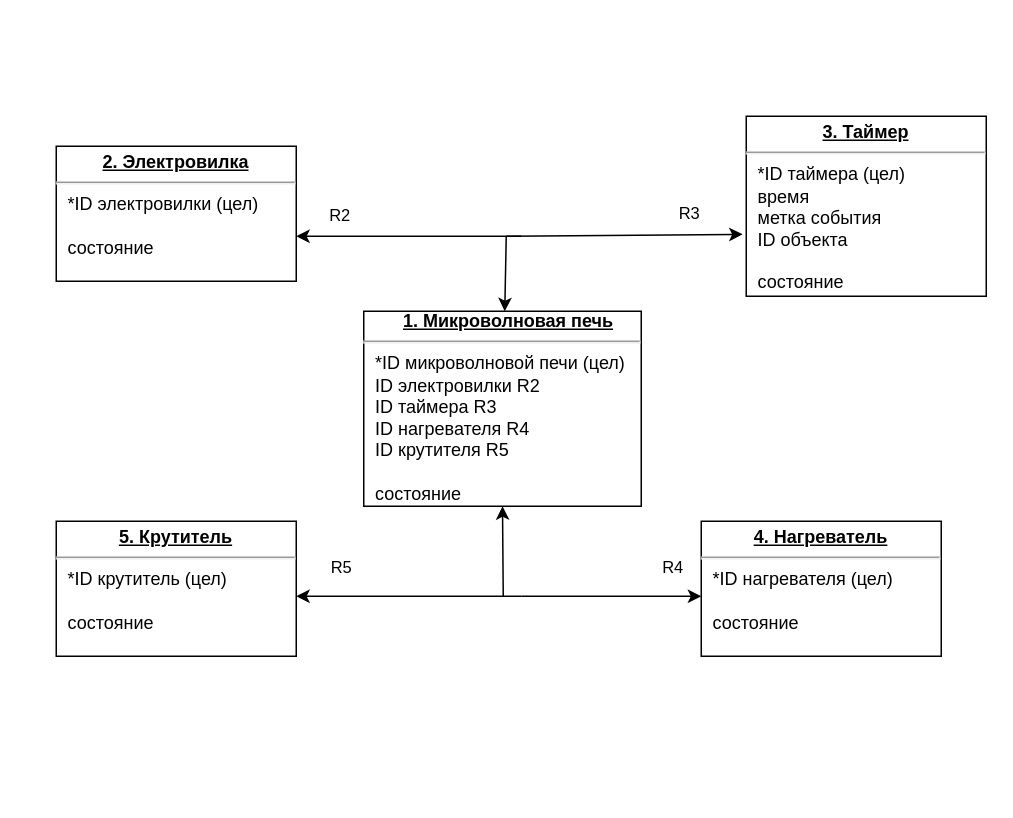
Earlier version of the draw.io diagram page "Информационная модель" (1 of 4) of eduSem_4/objectOrientedProgramming/LR_5/uml.drawio (AndreevAA/BMSTU). Source tidied: cells renumbered, new cells numbered last; positions are measured from the earlier drawing's top-left corner, leaving out a move shared by most shapes. Both pictures are drawn from the tidied source at 150%, with x=0, y=0 at pixel (56, 116).
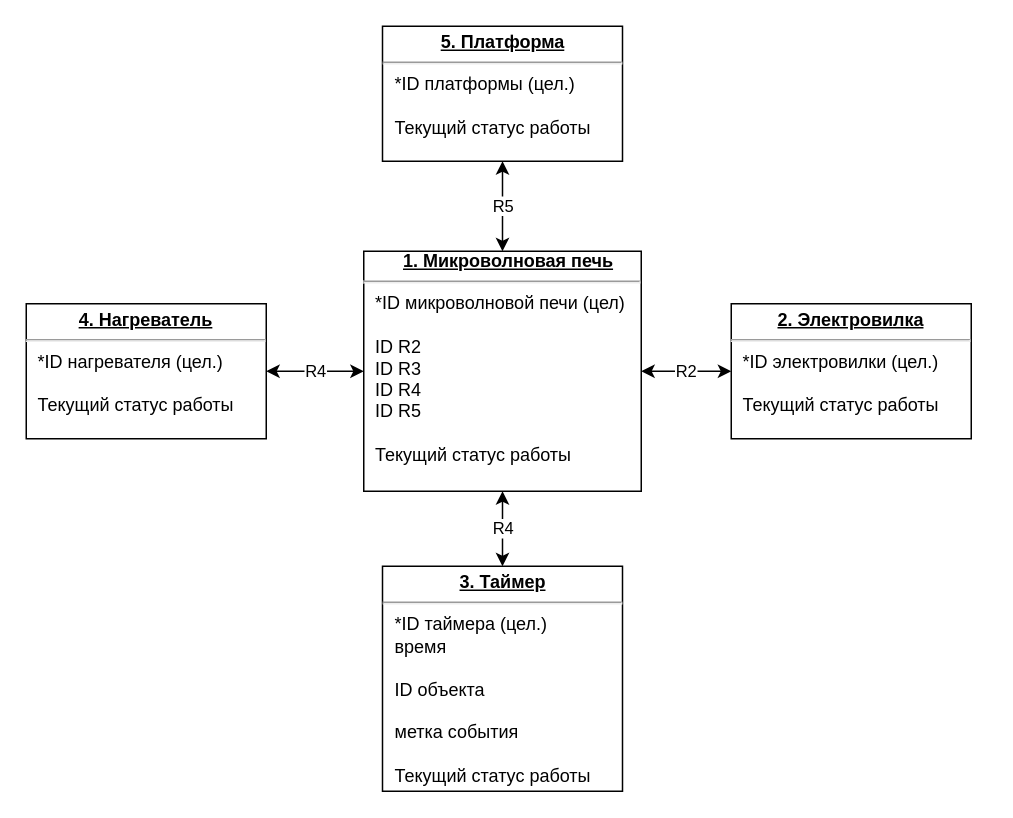
After the change.

Diff of the diagram source:
```diff
@@
-    <mxCell id="2" value="&lt;b&gt;&amp;nbsp;&amp;nbsp;&amp;nbsp;&amp;nbsp; &amp;nbsp;&amp;nbsp; &lt;/b&gt;&lt;u&gt;&lt;b&gt;1. Микроволновая печь&lt;/b&gt;&lt;/u&gt;&lt;br&gt;&lt;hr&gt;&lt;p style=&quot;margin: 0px ; margin-left: 8px&quot;&gt;*ID микроволновой печи (цел)&lt;br&gt;ID электровилки R2&lt;br&gt;ID таймера R3&lt;br&gt;ID нагревателя R4&lt;br&gt;ID крутителя R5&lt;br&gt;&lt;br&gt;состояние&lt;br&gt;&lt;/p&gt;&lt;p style=&quot;margin: 0px ; margin-left: 8px&quot;&gt;&lt;br&gt;&lt;/p&gt;" style="verticalAlign=top;align=left;overflow=fill;fontSize=12;fontFamily=Helvetica;html=1;" parent="1" vertex="1">
-      <mxGeometry x="205" y="130" width="185" height="130" as="geometry" />
+    <mxCell id="2" value="&lt;b&gt;&amp;nbsp;&amp;nbsp;&amp;nbsp;&amp;nbsp; &amp;nbsp;&amp;nbsp; &lt;/b&gt;&lt;u&gt;&lt;b&gt;1. Микроволновая печь&lt;/b&gt;&lt;/u&gt;&lt;br&gt;&lt;hr&gt;&lt;p style=&quot;margin: 0px ; margin-left: 8px&quot;&gt;*ID микроволновой печи (цел)&lt;/p&gt;&lt;p style=&quot;margin: 0px ; margin-left: 8px&quot;&gt;&lt;br&gt;ID R2&lt;br&gt;ID R3&lt;br&gt;ID R4&lt;br&gt;ID R5&lt;br&gt;&lt;br&gt;&lt;/p&gt;&lt;p style=&quot;margin: 0px ; margin-left: 8px&quot;&gt;Текущий статус работы&lt;br&gt;&lt;/p&gt;" style="verticalAlign=top;align=left;overflow=fill;fontSize=12;fontFamily=Helvetica;html=1;" parent="1" vertex="1">
+      <mxGeometry x="205" y="90" width="185" height="160" as="geometry" />
     </mxCell>
-    <mxCell id="3" value="&lt;p style=&quot;margin: 0px ; margin-top: 4px ; text-align: center ; text-decoration: underline&quot;&gt;&lt;b&gt;3. Таймер&lt;/b&gt;&lt;br&gt;&lt;/p&gt;&lt;hr&gt;&lt;p style=&quot;margin: 0px ; margin-left: 8px&quot;&gt;*ID таймера (цел)&lt;br&gt;время &lt;br&gt;метка события&lt;br&gt;ID объекта&lt;br&gt;&lt;br&gt;состояние&lt;br&gt;&lt;/p&gt;" style="verticalAlign=top;align=left;overflow=fill;fontSize=12;fontFamily=Helvetica;html=1;" parent="1" vertex="1">
-      <mxGeometry x="460" width="160" height="120" as="geometry" />
+    <mxCell id="3" value="&lt;p style=&quot;margin: 0px ; margin-top: 4px ; text-align: center ; text-decoration: underline&quot;&gt;&lt;b&gt;3. Таймер&lt;/b&gt;&lt;br&gt;&lt;/p&gt;&lt;hr&gt;&lt;p style=&quot;margin: 0px ; margin-left: 8px&quot;&gt;*ID таймера (цел.)&lt;br&gt;время&lt;/p&gt;&lt;p style=&quot;margin: 0px ; margin-left: 8px&quot;&gt;&lt;br&gt;&lt;/p&gt;&lt;p style=&quot;margin: 0px ; margin-left: 8px&quot;&gt;ID объекта&lt;br&gt;&lt;/p&gt;&lt;p style=&quot;margin: 0px ; margin-left: 8px&quot;&gt;&amp;nbsp; &lt;br&gt;метка события&lt;br&gt;&lt;br&gt;Текущий статус работы&lt;br&gt;&lt;/p&gt;" style="verticalAlign=top;align=left;overflow=fill;fontSize=12;fontFamily=Helvetica;html=1;" parent="1" vertex="1">
+      <mxGeometry x="217.5" y="300" width="160" height="150" as="geometry" />
     </mxCell>
-    <mxCell id="4" value="&lt;p style=&quot;margin: 0px ; margin-top: 4px ; text-align: center ; text-decoration: underline&quot;&gt;&lt;b&gt;2. Электровилка&lt;/b&gt;&lt;br&gt;&lt;/p&gt;&lt;hr&gt;&lt;p style=&quot;margin: 0px ; margin-left: 8px&quot;&gt;*ID электровилки (цел)&lt;br&gt;&lt;br&gt;состояние &lt;br&gt;&lt;br&gt;&lt;/p&gt;" style="verticalAlign=top;align=left;overflow=fill;fontSize=12;fontFamily=Helvetica;html=1;" parent="1" vertex="1">
-      <mxGeometry y="20" width="160" height="90" as="geometry" />
+    <mxCell id="4" value="&lt;p style=&quot;margin: 0px ; margin-top: 4px ; text-align: center ; text-decoration: underline&quot;&gt;&lt;b&gt;2. Электровилка&lt;/b&gt;&lt;br&gt;&lt;/p&gt;&lt;hr&gt;&lt;p style=&quot;margin: 0px ; margin-left: 8px&quot;&gt;*ID электровилки (цел.)&lt;br&gt;&lt;br&gt;Текущий статус работы&lt;br&gt;&lt;/p&gt;" style="verticalAlign=top;align=left;overflow=fill;fontSize=12;fontFamily=Helvetica;html=1;" parent="1" vertex="1">
+      <mxGeometry x="450" y="125" width="160" height="90" as="geometry" />
     </mxCell>
-    <mxCell id="5" value="&lt;p style=&quot;margin: 0px ; margin-top: 4px ; text-align: center ; text-decoration: underline&quot;&gt;&lt;b&gt;5. Крутитель&lt;/b&gt;&lt;br&gt;&lt;/p&gt;&lt;hr&gt;&lt;p style=&quot;margin: 0px ; margin-left: 8px&quot;&gt;*ID крутитель (цел)&lt;br&gt;&lt;br&gt;состояние&lt;br&gt;&lt;/p&gt;" style="verticalAlign=top;align=left;overflow=fill;fontSize=12;fontFamily=Helvetica;html=1;" parent="1" vertex="1">
-      <mxGeometry y="270" width="160" height="90" as="geometry" />
+    <mxCell id="5" value="&lt;p style=&quot;margin: 0px ; margin-top: 4px ; text-align: center ; text-decoration: underline&quot;&gt;&lt;b&gt;5. Платформа&lt;/b&gt;&lt;br&gt;&lt;/p&gt;&lt;hr&gt;&lt;p style=&quot;margin: 0px ; margin-left: 8px&quot;&gt;*ID платформы (цел.)&lt;br&gt;&lt;br&gt;Текущий статус работы&lt;br&gt;&lt;/p&gt;" style="verticalAlign=top;align=left;overflow=fill;fontSize=12;fontFamily=Helvetica;html=1;" parent="1" vertex="1">
+      <mxGeometry x="217.5" y="-60" width="160" height="90" as="geometry" />
     </mxCell>
-    <mxCell id="6" value="&lt;p style=&quot;margin: 0px ; margin-top: 4px ; text-align: center ; text-decoration: underline&quot;&gt;&lt;b&gt;4. Нагреватель&lt;/b&gt;&lt;br&gt;&lt;/p&gt;&lt;hr&gt;&lt;p style=&quot;margin: 0px ; margin-left: 8px&quot;&gt;*ID нагревателя (цел)&lt;br&gt;&lt;br&gt;состояние&lt;br&gt;&lt;/p&gt;" style="verticalAlign=top;align=left;overflow=fill;fontSize=12;fontFamily=Helvetica;html=1;" parent="1" vertex="1">
-      <mxGeometry x="430" y="270" width="160" height="90" as="geometry" />
+    <mxCell id="6" value="&lt;p style=&quot;margin: 0px ; margin-top: 4px ; text-align: center ; text-decoration: underline&quot;&gt;&lt;b&gt;4. Нагреватель&lt;/b&gt;&lt;br&gt;&lt;/p&gt;&lt;hr&gt;&lt;p style=&quot;margin: 0px ; margin-left: 8px&quot;&gt;*ID нагревателя (цел.)&lt;br&gt;&lt;br&gt;Текущий статус работы&lt;br&gt;&lt;/p&gt;" style="verticalAlign=top;align=left;overflow=fill;fontSize=12;fontFamily=Helvetica;html=1;" parent="1" vertex="1">
+      <mxGeometry x="-20" y="125" width="160" height="90" as="geometry" />
     </mxCell>
-    <mxCell id="7" style="endArrow=classic;html=1;entryX=-0.015;entryY=0.656;entryDx=0;entryDy=0;entryPerimeter=0;" parent="1" edge="1" target="3">
-      <mxGeometry relative="1" as="geometry">
-        <mxPoint x="300" y="80" as="sourcePoint" />
-      </mxGeometry>
-    </mxCell>
-    <mxCell id="8" value="R3" style="edgeLabel;html=1;align=center;verticalAlign=middle;" parent="7" vertex="1">
-      <mxGeometry x="0.39" y="2" relative="1" as="geometry">
-        <mxPoint x="12" y="-12.3" as="offset" />
-      </mxGeometry>
-    </mxCell>
-    <mxCell id="9" style="endArrow=classic;html=1;" parent="1" edge="1">
-      <mxGeometry relative="1" as="geometry">
-        <mxPoint x="310" y="80" as="sourcePoint" />
-        <mxPoint x="160" y="80" as="targetPoint" />
-      </mxGeometry>
-    </mxCell>
+    <mxCell id="17" value="R4" style="endArrow=classic;startArrow=classic;html=1;exitX=1;exitY=0.5;exitDx=0;exitDy=0;entryX=0;entryY=0.5;entryDx=0;entryDy=0;" parent="1" edge="1" source="6" target="2">
+      <mxGeometry relative="1" as="geometry" />
+    </mxCell>
-    <mxCell id="10" value="R2" style="edgeLabel;html=1;align=center;verticalAlign=middle;" parent="9" vertex="1">
-      <mxGeometry x="0.63" y="-2" relative="1" as="geometry">
-        <mxPoint y="-13" as="offset" />
-      </mxGeometry>
+    <mxCell id="10" value="R2" style="endArrow=classic;startArrow=classic;html=1;exitX=1;exitY=0.5;exitDx=0;exitDy=0;entryX=0;entryY=0.5;entryDx=0;entryDy=0;" parent="1" edge="1" source="2" target="4">
+      <mxGeometry relative="1" as="geometry" />
     </mxCell>
-    <mxCell id="11" style="endArrow=classic;html=1;" parent="1" edge="1">
-      <mxGeometry relative="1" as="geometry">
-        <mxPoint x="300" y="80" as="sourcePoint" />
-        <mxPoint x="299" y="130" as="targetPoint" />
-      </mxGeometry>
-    </mxCell>
-    <mxCell id="12" style="endArrow=classic;html=1;entryX=-0.031;entryY=0.656;entryDx=0;entryDy=0;entryPerimeter=0;" parent="1" edge="1">
-      <mxGeometry relative="1" as="geometry">
-        <mxPoint x="310" y="320" as="sourcePoint" />
-        <mxPoint x="430" y="320" as="targetPoint" />
-      </mxGeometry>
-    </mxCell>
-    <mxCell id="13" value="R4" style="edgeLabel;html=1;align=center;verticalAlign=middle;" parent="12" vertex="1">
-      <mxGeometry x="0.35" y="2" relative="1" as="geometry">
-        <mxPoint x="19" y="-18" as="offset" />
-      </mxGeometry>
-    </mxCell>
-    <mxCell id="14" style="endArrow=classic;html=1;" parent="1" edge="1">
-      <mxGeometry relative="1" as="geometry">
-        <mxPoint x="310" y="320" as="sourcePoint" />
-        <mxPoint x="160" y="320" as="targetPoint" />
-      </mxGeometry>
-    </mxCell>
-    <mxCell id="15" value="R5" style="edgeLabel;html=1;align=center;verticalAlign=middle;" parent="14" vertex="1">
-      <mxGeometry x="0.61" y="-3" relative="1" as="geometry">
-        <mxPoint y="-17" as="offset" />
-      </mxGeometry>
+    <mxCell id="15" value="R5" style="endArrow=classic;startArrow=classic;html=1;exitX=0.5;exitY=0;exitDx=0;exitDy=0;entryX=0.5;entryY=1;entryDx=0;entryDy=0;" parent="1" edge="1" source="2" target="5">
+      <mxGeometry relative="1" as="geometry" />
     </mxCell>
-    <mxCell id="16" style="endArrow=classic;html=1;entryX=0.5;entryY=1;entryDx=0;entryDy=0;" parent="1" edge="1" target="2">
-      <mxGeometry relative="1" as="geometry">
-        <mxPoint x="298" y="320" as="sourcePoint" />
-      </mxGeometry>
-    </mxCell>
+    <mxCell id="18" value="R4" style="endArrow=classic;startArrow=classic;html=1;exitX=0.5;exitY=0;exitDx=0;exitDy=0;entryX=0.5;entryY=1;entryDx=0;entryDy=0;" parent="1" edge="1" source="3" target="2">
+      <mxGeometry relative="1" as="geometry" />
+    </mxCell>
```
